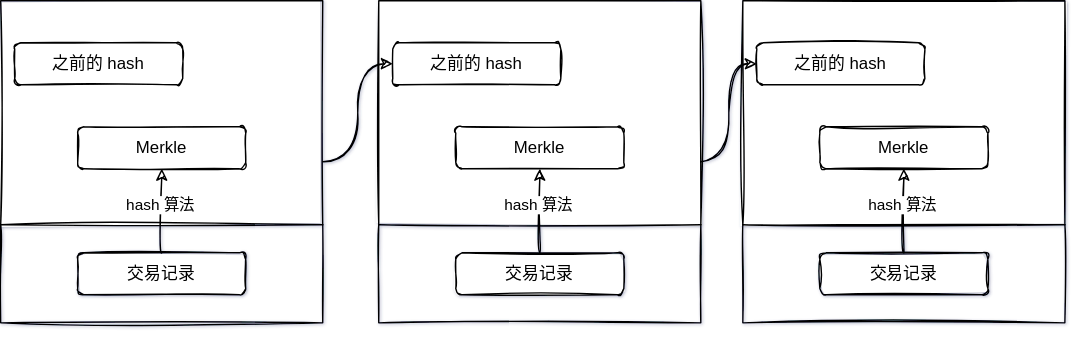
Before: archives/读书笔记/课程笔记/images/block-chain-01.drawio.svg, a diagram exported from draw.io (StevenBaby/archives). Source tidied: cells renumbered, new cells last; positions are measured from the earlier drawing's top-left corner, leaving out a move shared by most shapes. Source of this version:
```xml
<mxGraphModel background="#FFFFFF" shadow="1">
  <root>
    <mxCell id="0" />
    <mxCell id="1" parent="0" />
    <mxCell id="2" style="swimlane;fontStyle=1;align=center;horizontal=1;startSize=160;html=1;sketch=1;" parent="1" vertex="1">
      <mxGeometry width="230" height="230" as="geometry" />
    </mxCell>
    <mxCell id="3" value="之前的 hash" style="rounded=1;whiteSpace=wrap;html=1;sketch=1;" parent="2" vertex="1">
      <mxGeometry x="10" y="30" width="120" height="30" as="geometry" />
    </mxCell>
    <mxCell id="4" value="Merkle" style="rounded=1;whiteSpace=wrap;html=1;sketch=1;" parent="2" vertex="1">
      <mxGeometry x="55" y="90" width="120" height="30" as="geometry" />
    </mxCell>
    <mxCell id="5" style="edgeStyle=orthogonalEdgeStyle;curved=1;rounded=0;sketch=1;jettySize=auto;html=1;" parent="2" edge="1" source="7" target="4">
      <mxGeometry relative="1" as="geometry" />
    </mxCell>
    <mxCell id="6" value="hash 算法" style="edgeLabel;html=1;align=center;verticalAlign=middle;" parent="5" vertex="1">
      <mxGeometry x="0.18" y="2" relative="1" as="geometry" />
    </mxCell>
    <mxCell id="7" value="交易记录" style="rounded=1;whiteSpace=wrap;html=1;sketch=1;" parent="2" vertex="1">
      <mxGeometry x="55" y="180" width="120" height="30" as="geometry" />
    </mxCell>
    <mxCell id="8" style="swimlane;fontStyle=1;align=center;horizontal=1;startSize=160;html=1;sketch=1;" parent="1" vertex="1">
      <mxGeometry x="270" width="230" height="230" as="geometry" />
    </mxCell>
    <mxCell id="9" value="之前的 hash" style="rounded=1;whiteSpace=wrap;html=1;sketch=1;" parent="8" vertex="1">
      <mxGeometry x="10" y="30" width="120" height="30" as="geometry" />
    </mxCell>
    <mxCell id="10" value="Merkle" style="rounded=1;whiteSpace=wrap;html=1;sketch=1;" parent="8" vertex="1">
      <mxGeometry x="55" y="90" width="120" height="30" as="geometry" />
    </mxCell>
    <mxCell id="11" style="edgeStyle=orthogonalEdgeStyle;curved=1;rounded=0;sketch=1;jettySize=auto;html=1;" parent="8" edge="1" source="13" target="10">
      <mxGeometry relative="1" as="geometry" />
    </mxCell>
    <mxCell id="12" value="hash 算法" style="edgeLabel;html=1;align=center;verticalAlign=middle;" parent="11" vertex="1">
      <mxGeometry x="0.18" y="2" relative="1" as="geometry" />
    </mxCell>
    <mxCell id="13" value="交易记录" style="rounded=1;whiteSpace=wrap;html=1;sketch=1;" parent="8" vertex="1">
      <mxGeometry x="55" y="180" width="120" height="30" as="geometry" />
    </mxCell>
    <mxCell id="14" style="edgeStyle=orthogonalEdgeStyle;curved=1;rounded=0;sketch=1;jettySize=auto;html=1;entryX=0;entryY=0.5;entryDx=0;entryDy=0;" parent="1" edge="1" source="2" target="9">
      <mxGeometry relative="1" as="geometry" />
    </mxCell>
    <mxCell id="15" style="swimlane;fontStyle=1;align=center;horizontal=1;startSize=160;html=1;sketch=1;" parent="1" vertex="1">
      <mxGeometry x="530" width="230" height="230" as="geometry" />
    </mxCell>
    <mxCell id="16" value="之前的 hash" style="rounded=1;whiteSpace=wrap;html=1;sketch=1;" parent="15" vertex="1">
      <mxGeometry x="10" y="30" width="120" height="30" as="geometry" />
    </mxCell>
    <mxCell id="17" value="Merkle" style="rounded=1;whiteSpace=wrap;html=1;sketch=1;" parent="15" vertex="1">
      <mxGeometry x="55" y="90" width="120" height="30" as="geometry" />
    </mxCell>
    <mxCell id="18" style="edgeStyle=orthogonalEdgeStyle;curved=1;rounded=0;sketch=1;jettySize=auto;html=1;" parent="15" edge="1" source="20" target="17">
      <mxGeometry relative="1" as="geometry" />
    </mxCell>
    <mxCell id="19" value="hash 算法" style="edgeLabel;html=1;align=center;verticalAlign=middle;" parent="18" vertex="1">
      <mxGeometry x="0.18" y="2" relative="1" as="geometry" />
    </mxCell>
    <mxCell id="20" value="交易记录" style="rounded=1;whiteSpace=wrap;html=1;sketch=1;" parent="15" vertex="1">
      <mxGeometry x="55" y="180" width="120" height="30" as="geometry" />
    </mxCell>
    <mxCell id="21" style="edgeStyle=orthogonalEdgeStyle;curved=1;rounded=0;sketch=1;jettySize=auto;html=1;entryX=0;entryY=0.5;entryDx=0;entryDy=0;" parent="1" edge="1" source="8" target="16">
      <mxGeometry relative="1" as="geometry" />
    </mxCell>
  </root>
</mxGraphModel>
```
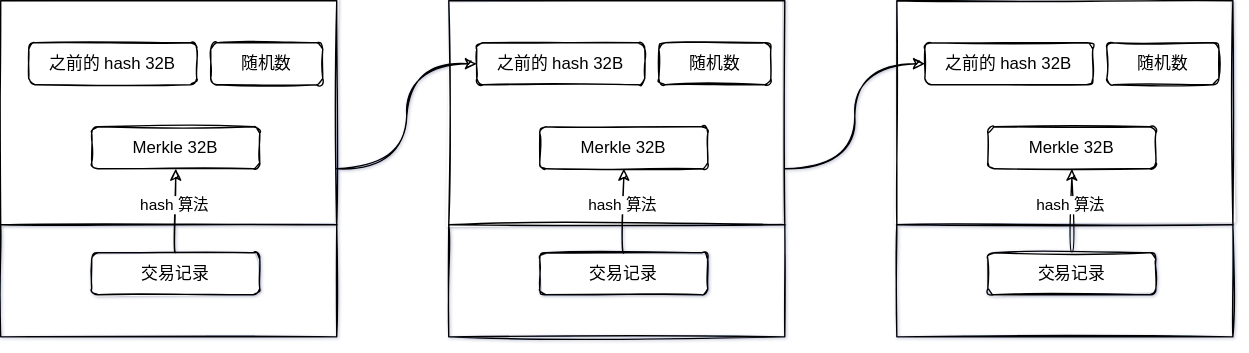
Above is the later version.

Commit message:
🤔 update block chain

Change to the diagram source:
```diff
@@ -3,13 +3,13 @@
     <mxCell id="0" />
     <mxCell id="1" parent="0" />
     <mxCell id="2" style="swimlane;fontStyle=1;align=center;horizontal=1;startSize=160;html=1;sketch=1;" parent="1" vertex="1">
-      <mxGeometry width="230" height="230" as="geometry" />
+      <mxGeometry width="240" height="240" as="geometry" />
     </mxCell>
-    <mxCell id="3" value="之前的 hash" style="rounded=1;whiteSpace=wrap;html=1;sketch=1;" parent="2" vertex="1">
-      <mxGeometry x="10" y="30" width="120" height="30" as="geometry" />
+    <mxCell id="3" value="之前的 hash 32B" style="rounded=1;whiteSpace=wrap;html=1;sketch=1;" parent="2" vertex="1">
+      <mxGeometry x="20" y="30" width="120" height="30" as="geometry" />
     </mxCell>
-    <mxCell id="4" value="Merkle" style="rounded=1;whiteSpace=wrap;html=1;sketch=1;" parent="2" vertex="1">
-      <mxGeometry x="55" y="90" width="120" height="30" as="geometry" />
+    <mxCell id="4" value="Merkle 32B" style="rounded=1;whiteSpace=wrap;html=1;sketch=1;" parent="2" vertex="1">
+      <mxGeometry x="65" y="90" width="120" height="30" as="geometry" />
     </mxCell>
     <mxCell id="5" style="edgeStyle=orthogonalEdgeStyle;curved=1;rounded=0;sketch=1;jettySize=auto;html=1;" parent="2" edge="1" source="7" target="4">
       <mxGeometry relative="1" as="geometry" />
@@ -18,49 +18,60 @@
       <mxGeometry x="0.18" y="2" relative="1" as="geometry" />
     </mxCell>
     <mxCell id="7" value="交易记录" style="rounded=1;whiteSpace=wrap;html=1;sketch=1;" parent="2" vertex="1">
-      <mxGeometry x="55" y="180" width="120" height="30" as="geometry" />
+      <mxGeometry x="65" y="180" width="120" height="30" as="geometry" />
     </mxCell>
-    <mxCell id="8" style="swimlane;fontStyle=1;align=center;horizontal=1;startSize=160;html=1;sketch=1;" parent="1" vertex="1">
-      <mxGeometry x="270" width="230" height="230" as="geometry" />
-    </mxCell>
-    <mxCell id="9" value="之前的 hash" style="rounded=1;whiteSpace=wrap;html=1;sketch=1;" parent="8" vertex="1">
-      <mxGeometry x="10" y="30" width="120" height="30" as="geometry" />
-    </mxCell>
-    <mxCell id="10" value="Merkle" style="rounded=1;whiteSpace=wrap;html=1;sketch=1;" parent="8" vertex="1">
-      <mxGeometry x="55" y="90" width="120" height="30" as="geometry" />
-    </mxCell>
-    <mxCell id="11" style="edgeStyle=orthogonalEdgeStyle;curved=1;rounded=0;sketch=1;jettySize=auto;html=1;" parent="8" edge="1" source="13" target="10">
-      <mxGeometry relative="1" as="geometry" />
-    </mxCell>
-    <mxCell id="12" value="hash 算法" style="edgeLabel;html=1;align=center;verticalAlign=middle;" parent="11" vertex="1">
-      <mxGeometry x="0.18" y="2" relative="1" as="geometry" />
-    </mxCell>
-    <mxCell id="13" value="交易记录" style="rounded=1;whiteSpace=wrap;html=1;sketch=1;" parent="8" vertex="1">
-      <mxGeometry x="55" y="180" width="120" height="30" as="geometry" />
-    </mxCell>
+    <mxCell id="22" value="随机数" style="rounded=1;whiteSpace=wrap;html=1;sketch=1;" parent="2" vertex="1">
+      <mxGeometry x="150" y="30" width="80" height="30" as="geometry" />
+    </mxCell>
+    <mxCell id="23" style="swimlane;fontStyle=1;align=center;horizontal=1;startSize=160;html=1;sketch=1;" parent="1" vertex="1">
+      <mxGeometry x="320" width="240" height="240" as="geometry" />
+    </mxCell>
+    <mxCell id="24" value="之前的 hash 32B" style="rounded=1;whiteSpace=wrap;html=1;sketch=1;" parent="23" vertex="1">
+      <mxGeometry x="20" y="30" width="120" height="30" as="geometry" />
+    </mxCell>
+    <mxCell id="25" value="Merkle 32B" style="rounded=1;whiteSpace=wrap;html=1;sketch=1;" parent="23" vertex="1">
+      <mxGeometry x="65" y="90" width="120" height="30" as="geometry" />
+    </mxCell>
+    <mxCell id="26" style="edgeStyle=orthogonalEdgeStyle;curved=1;rounded=0;sketch=1;jettySize=auto;html=1;" parent="23" edge="1" source="28" target="25">
+      <mxGeometry relative="1" as="geometry" />
+    </mxCell>
+    <mxCell id="27" value="hash 算法" style="edgeLabel;html=1;align=center;verticalAlign=middle;" parent="26" vertex="1">
+      <mxGeometry x="0.18" y="2" relative="1" as="geometry" />
+    </mxCell>
+    <mxCell id="28" value="交易记录" style="rounded=1;whiteSpace=wrap;html=1;sketch=1;" parent="23" vertex="1">
+      <mxGeometry x="65" y="180" width="120" height="30" as="geometry" />
+    </mxCell>
+    <mxCell id="29" value="随机数" style="rounded=1;whiteSpace=wrap;html=1;sketch=1;" parent="23" vertex="1">
+      <mxGeometry x="150" y="30" width="80" height="30" as="geometry" />
+    </mxCell>
-    <mxCell id="14" style="edgeStyle=orthogonalEdgeStyle;curved=1;rounded=0;sketch=1;jettySize=auto;html=1;entryX=0;entryY=0.5;entryDx=0;entryDy=0;" parent="1" edge="1" source="2" target="9">
+    <mxCell id="14" style="edgeStyle=orthogonalEdgeStyle;curved=1;rounded=0;sketch=1;jettySize=auto;html=1;entryX=0;entryY=0.5;entryDx=0;entryDy=0;" parent="1" edge="1" source="2" target="24">
       <mxGeometry relative="1" as="geometry" />
     </mxCell>
-    <mxCell id="15" style="swimlane;fontStyle=1;align=center;horizontal=1;startSize=160;html=1;sketch=1;" parent="1" vertex="1">
-      <mxGeometry x="530" width="230" height="230" as="geometry" />
-    </mxCell>
-    <mxCell id="16" value="之前的 hash" style="rounded=1;whiteSpace=wrap;html=1;sketch=1;" parent="15" vertex="1">
-      <mxGeometry x="10" y="30" width="120" height="30" as="geometry" />
-    </mxCell>
-    <mxCell id="17" value="Merkle" style="rounded=1;whiteSpace=wrap;html=1;sketch=1;" parent="15" vertex="1">
-      <mxGeometry x="55" y="90" width="120" height="30" as="geometry" />
-    </mxCell>
-    <mxCell id="18" style="edgeStyle=orthogonalEdgeStyle;curved=1;rounded=0;sketch=1;jettySize=auto;html=1;" parent="15" edge="1" source="20" target="17">
-      <mxGeometry relative="1" as="geometry" />
-    </mxCell>
-    <mxCell id="19" value="hash 算法" style="edgeLabel;html=1;align=center;verticalAlign=middle;" parent="18" vertex="1">
-      <mxGeometry x="0.18" y="2" relative="1" as="geometry" />
-    </mxCell>
-    <mxCell id="20" value="交易记录" style="rounded=1;whiteSpace=wrap;html=1;sketch=1;" parent="15" vertex="1">
-      <mxGeometry x="55" y="180" width="120" height="30" as="geometry" />
-    </mxCell>
-    <mxCell id="21" style="edgeStyle=orthogonalEdgeStyle;curved=1;rounded=0;sketch=1;jettySize=auto;html=1;entryX=0;entryY=0.5;entryDx=0;entryDy=0;" parent="1" edge="1" source="8" target="16">
-      <mxGeometry relative="1" as="geometry" />
-    </mxCell>
+    <mxCell id="30" style="swimlane;fontStyle=1;align=center;horizontal=1;startSize=160;html=1;sketch=1;" parent="1" vertex="1">
+      <mxGeometry x="-320" width="240" height="240" as="geometry" />
+    </mxCell>
+    <mxCell id="31" value="之前的 hash 32B" style="rounded=1;whiteSpace=wrap;html=1;sketch=1;" parent="30" vertex="1">
+      <mxGeometry x="20" y="30" width="120" height="30" as="geometry" />
+    </mxCell>
+    <mxCell id="32" value="Merkle 32B" style="rounded=1;whiteSpace=wrap;html=1;sketch=1;" parent="30" vertex="1">
+      <mxGeometry x="65" y="90" width="120" height="30" as="geometry" />
+    </mxCell>
+    <mxCell id="33" style="edgeStyle=orthogonalEdgeStyle;curved=1;rounded=0;sketch=1;jettySize=auto;html=1;" parent="30" edge="1" source="35" target="32">
+      <mxGeometry relative="1" as="geometry" />
+    </mxCell>
+    <mxCell id="34" value="hash 算法" style="edgeLabel;html=1;align=center;verticalAlign=middle;" parent="33" vertex="1">
+      <mxGeometry x="0.18" y="2" relative="1" as="geometry" />
+    </mxCell>
+    <mxCell id="35" value="交易记录" style="rounded=1;whiteSpace=wrap;html=1;sketch=1;" parent="30" vertex="1">
+      <mxGeometry x="65" y="180" width="120" height="30" as="geometry" />
+    </mxCell>
+    <mxCell id="36" value="随机数" style="rounded=1;whiteSpace=wrap;html=1;sketch=1;" parent="30" vertex="1">
+      <mxGeometry x="150" y="30" width="80" height="30" as="geometry" />
+    </mxCell>
+    <mxCell id="37" style="edgeStyle=orthogonalEdgeStyle;curved=1;rounded=0;sketch=1;jettySize=auto;html=1;entryX=0;entryY=0.5;entryDx=0;entryDy=0;" parent="1" edge="1" source="30">
+      <mxGeometry relative="1" as="geometry">
+        <mxPoint x="20" y="45" as="targetPoint" />
+      </mxGeometry>
+    </mxCell>
   </root>
 </mxGraphModel>
```
